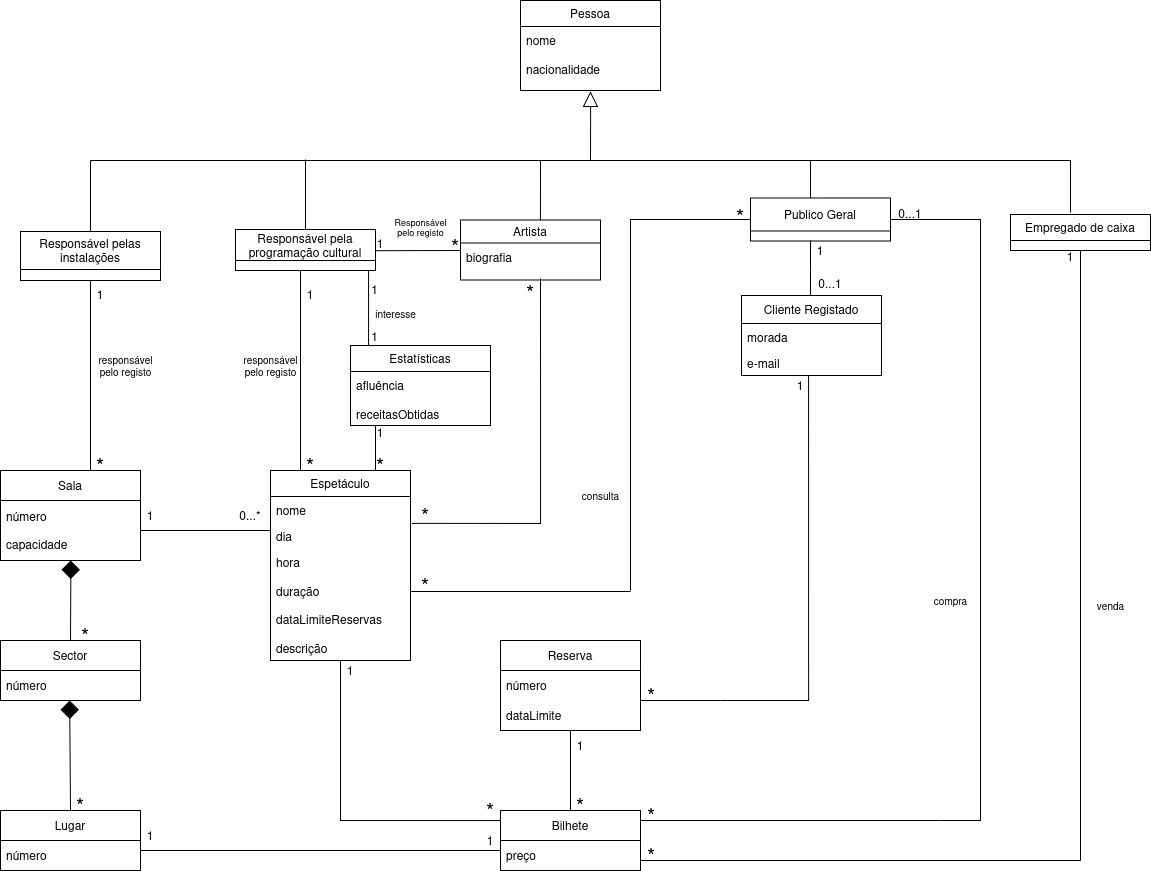
Earlier version of the draw.io export UML_Classes.drawio.png (leorsd/ESOF_UML). Source tidied: cells renumbered, new cells last; positions are measured from the earlier drawing's top-left corner, leaving out a move shared by most shapes.
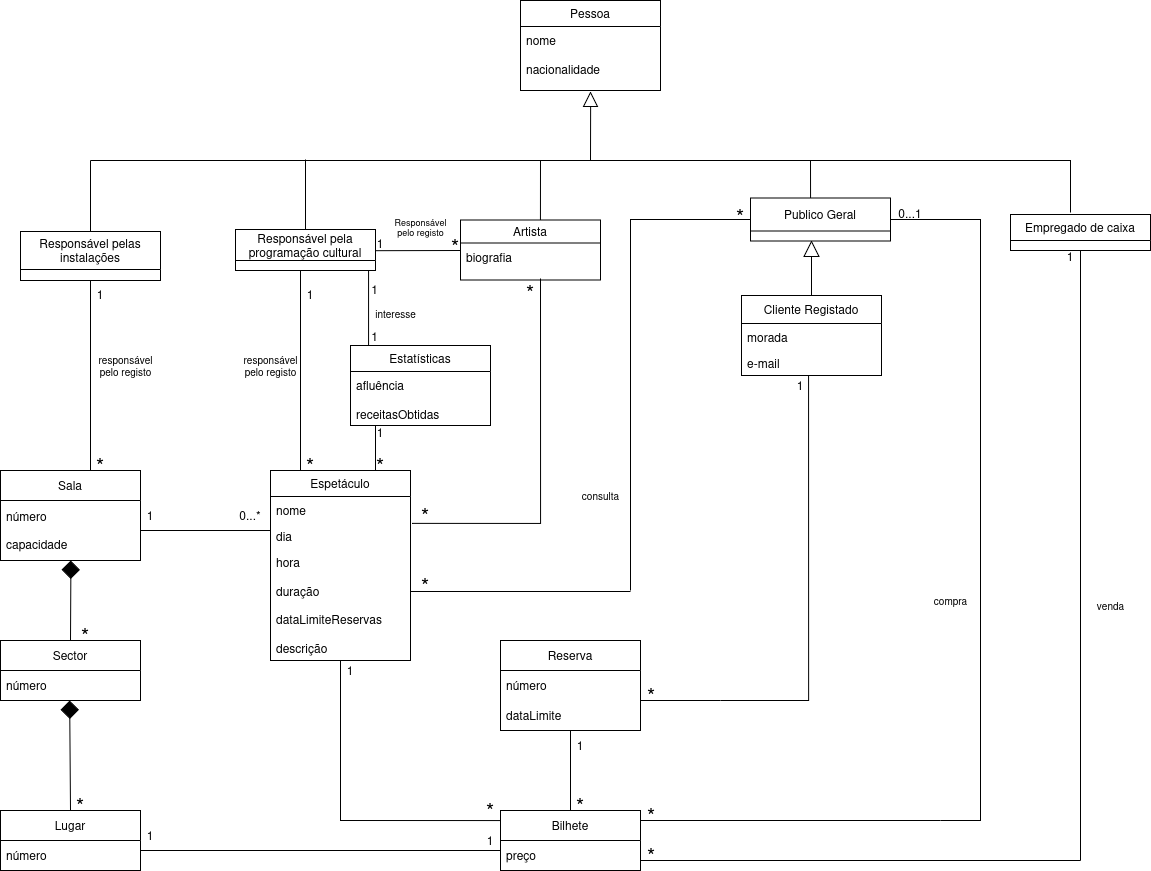
After the commit.

The edit, as a diff of the source:
```diff
@@ -371,23 +371,11 @@
     <mxCell id="90" value="1" style="text;html=1;align=center;verticalAlign=middle;whiteSpace=wrap;rounded=0;spacingTop=0;spacing=2;spacingBottom=7;" parent="1" vertex="1">
       <mxGeometry x="350" y="231" width="60" height="30" as="geometry" />
     </mxCell>
-    <mxCell id="91" style="edgeStyle=orthogonalEdgeStyle;rounded=0;jettySize=auto;html=1;endArrow=none;startFill=0;exitX=0.493;exitY=-0.002;exitDx=0;exitDy=0;exitPerimeter=0;" parent="1" edge="1" source="93">
-      <mxGeometry relative="1" as="geometry">
-        <mxPoint x="810" y="270" as="targetPoint" />
-        <Array as="points">
-          <mxPoint x="810" y="270" />
-        </Array>
-      </mxGeometry>
-    </mxCell>
-    <mxCell id="92" style="edgeStyle=orthogonalEdgeStyle;rounded=0;orthogonalLoop=1;jettySize=auto;html=1;endArrow=none;startFill=0;" parent="1" edge="1">
-      <mxGeometry relative="1" as="geometry">
-        <mxPoint x="810" y="240" as="sourcePoint" />
-        <mxPoint x="810" y="270" as="targetPoint" />
-        <Array as="points">
-          <mxPoint x="810" y="270" />
-        </Array>
-      </mxGeometry>
-    </mxCell>
+    <mxCell id="99" style="edgeStyle=orthogonalEdgeStyle;rounded=0;jettySize=auto;html=1;endArrow=block;endFill=0;endSize=14;" parent="1" edge="1" source="93">
+      <mxGeometry relative="1" as="geometry">
+        <mxPoint x="811" y="240" as="targetPoint" />
+      </mxGeometry>
+    </mxCell>
     <mxCell id="93" value="Cliente Registado" style="swimlane;fontStyle=0;horizontal=1;startSize=28;fillColor=none;whiteSpace=wrap;html=1;" parent="1" vertex="1">
       <mxGeometry x="741" y="295" width="140" height="80" as="geometry" />
     </mxCell>
@@ -400,11 +388,5 @@
     <mxCell id="96" value="compra" style="text;html=1;align=center;verticalAlign=middle;strokeColor=none;fillColor=none;fontSize=10;" parent="1" vertex="1">
       <mxGeometry x="920" y="585" width="60" height="30" as="geometry" />
     </mxCell>
-    <mxCell id="97" value="0...1" style="text;html=1;align=center;verticalAlign=middle;whiteSpace=wrap;rounded=0;" parent="1" vertex="1">
-      <mxGeometry x="800" y="268" width="60" height="30" as="geometry" />
-    </mxCell>
-    <mxCell id="98" value="1" style="text;html=1;align=center;verticalAlign=middle;whiteSpace=wrap;rounded=0;" parent="1" vertex="1">
-      <mxGeometry x="790" y="234.5" width="60" height="30" as="geometry" />
-    </mxCell>
   </root>
 </mxGraphModel>
```
